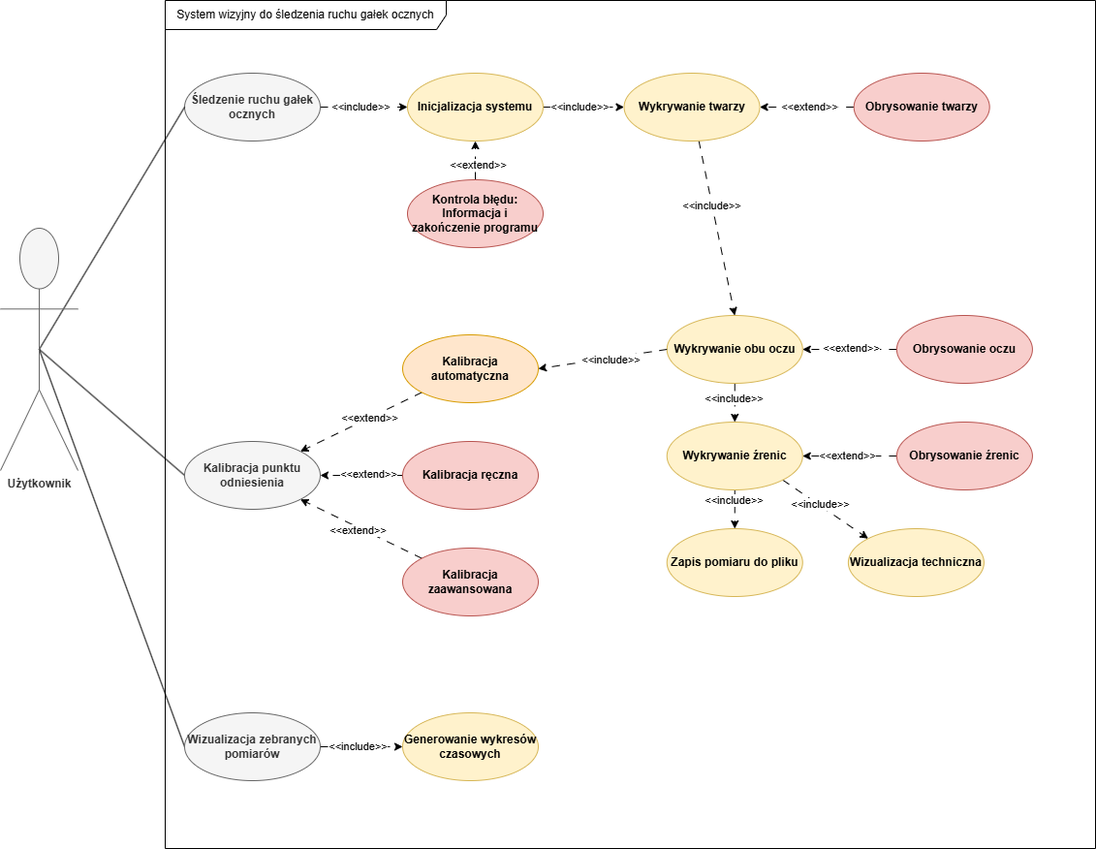
The draw.io diagram Praca inżynierska/szablon-inz-latex/single-file/pic/use case/use case diagram.png in FastFoot3/Vision-System-for-Eye-Movement-Tracking, before a commit. Source tidied: cells renumbered, new cells last; positions are measured from the earlier drawing's top-left corner, leaving out a move shared by most shapes. Its diagram source:
```xml
<mxGraphModel>
  <root>
    <mxCell id="0" />
    <mxCell id="1" parent="0" />
    <mxCell id="2" value="System wizyjny do śledzenia ruchu gałek ocznych" style="shape=umlFrame;whiteSpace=wrap;html=1;width=290;height=30;" parent="1" vertex="1">
      <mxGeometry x="170" width="960" height="875" as="geometry" />
    </mxCell>
    <mxCell id="3" style="rounded=0;jettySize=auto;html=1;entryX=0;entryY=0.5;entryDx=0;entryDy=0;endArrow=classic;startFill=0;dashed=1;dashPattern=8 8;endFill=1;" parent="1" edge="1" source="5" target="36">
      <mxGeometry relative="1" as="geometry" />
    </mxCell>
    <mxCell id="4" value="&amp;lt;&amp;lt;include&amp;gt;&amp;gt;" style="edgeLabel;html=1;align=center;verticalAlign=middle;" parent="3" vertex="1">
      <mxGeometry x="-0.1" y="1" relative="1" as="geometry" />
    </mxCell>
    <mxCell id="5" value="Śledzenie ruchu gałek ocznych" style="ellipse;whiteSpace=wrap;html=1;fillColor=#f5f5f5;strokeColor=#666666;fontColor=#333333;fontStyle=1;" parent="1" vertex="1">
      <mxGeometry x="190" y="75" width="140" height="70" as="geometry" />
    </mxCell>
    <mxCell id="6" style="rounded=0;jettySize=auto;html=1;entryX=0;entryY=0.5;entryDx=0;entryDy=0;endArrow=none;startFill=0;exitX=0.5;exitY=0.5;exitDx=0;exitDy=0;exitPerimeter=0;" parent="1" edge="1" source="9" target="5">
      <mxGeometry relative="1" as="geometry" />
    </mxCell>
    <mxCell id="7" style="rounded=0;jettySize=auto;html=1;entryX=0;entryY=0.5;entryDx=0;entryDy=0;endArrow=none;startFill=0;exitX=0.5;exitY=0.5;exitDx=0;exitDy=0;exitPerimeter=0;" parent="1" edge="1" source="9" target="23">
      <mxGeometry relative="1" as="geometry" />
    </mxCell>
    <mxCell id="8" style="rounded=0;jettySize=auto;html=1;entryX=0;entryY=0.5;entryDx=0;entryDy=0;endArrow=none;startFill=0;exitX=0.5;exitY=0.5;exitDx=0;exitDy=0;exitPerimeter=0;" parent="1" edge="1" source="9" target="42">
      <mxGeometry relative="1" as="geometry" />
    </mxCell>
    <mxCell id="9" value="Użytkownik" style="shape=umlActor;verticalLabelPosition=bottom;verticalAlign=top;html=1;fillColor=#f5f5f5;fontColor=#333333;strokeColor=#666666;fontStyle=1;" parent="1" vertex="1">
      <mxGeometry y="235" width="80" height="250" as="geometry" />
    </mxCell>
    <mxCell id="10" style="rounded=0;jettySize=auto;html=1;entryX=0.5;entryY=0;entryDx=0;entryDy=0;dashed=1;dashPattern=8 8;" parent="1" edge="1" source="12" target="15">
      <mxGeometry relative="1" as="geometry" />
    </mxCell>
    <mxCell id="11" value="&amp;lt;&amp;lt;include&amp;gt;&amp;gt;" style="edgeLabel;html=1;align=center;verticalAlign=middle;" parent="10" vertex="1">
      <mxGeometry x="-0.26" y="-1" relative="1" as="geometry" />
    </mxCell>
    <mxCell id="12" value="Wykrywanie twarzy" style="ellipse;whiteSpace=wrap;html=1;fillColor=#fff2cc;strokeColor=#d6b656;fontStyle=1;" parent="1" vertex="1">
      <mxGeometry x="643.5" y="75" width="140" height="70" as="geometry" />
    </mxCell>
    <mxCell id="13" style="rounded=0;jettySize=auto;html=1;entryX=0.5;entryY=0;entryDx=0;entryDy=0;dashed=1;dashPattern=8 8;" parent="1" edge="1" source="15" target="22">
      <mxGeometry relative="1" as="geometry" />
    </mxCell>
    <mxCell id="14" value="&amp;lt;&amp;lt;include&amp;gt;&amp;gt;" style="edgeLabel;html=1;align=center;verticalAlign=middle;" parent="13" vertex="1">
      <mxGeometry x="-0.26" y="-1" relative="1" as="geometry" />
    </mxCell>
    <mxCell id="15" value="Wykrywanie&amp;nbsp;obu oczu" style="ellipse;whiteSpace=wrap;html=1;fillColor=#fff2cc;strokeColor=#d6b656;fontStyle=1;" parent="1" vertex="1">
      <mxGeometry x="687.8" y="325" width="140" height="70" as="geometry" />
    </mxCell>
    <mxCell id="16" style="rounded=0;jettySize=auto;html=1;entryX=1;entryY=0.5;entryDx=0;entryDy=0;dashed=1;dashPattern=8 8;exitX=0;exitY=0.5;exitDx=0;exitDy=0;" parent="1" edge="1" source="15" target="32">
      <mxGeometry relative="1" as="geometry" />
    </mxCell>
    <mxCell id="17" value="&amp;lt;&amp;lt;include&amp;gt;&amp;gt;" style="edgeLabel;html=1;align=center;verticalAlign=middle;" parent="16" vertex="1">
      <mxGeometry x="-0.14" y="2" relative="1" as="geometry">
        <mxPoint x="-1" as="offset" />
      </mxGeometry>
    </mxCell>
    <mxCell id="18" style="edgeStyle=orthogonalEdgeStyle;rounded=0;jettySize=auto;html=1;entryX=0.5;entryY=0;entryDx=0;entryDy=0;dashed=1;dashPattern=8 8;" parent="1" edge="1" source="22" target="33">
      <mxGeometry relative="1" as="geometry" />
    </mxCell>
    <mxCell id="19" value="&amp;lt;&amp;lt;include&amp;gt;&amp;gt;" style="edgeLabel;html=1;align=center;verticalAlign=middle;" parent="18" vertex="1">
      <mxGeometry x="-0.49" y="-1" relative="1" as="geometry" />
    </mxCell>
    <mxCell id="20" style="rounded=0;jettySize=auto;html=1;exitX=1;exitY=1;exitDx=0;exitDy=0;entryX=0;entryY=0;entryDx=0;entryDy=0;dashed=1;dashPattern=8 8;" parent="1" edge="1" source="22" target="53">
      <mxGeometry relative="1" as="geometry" />
    </mxCell>
    <mxCell id="21" value="&amp;lt;&amp;lt;include&amp;gt;&amp;gt;" style="edgeLabel;html=1;align=center;verticalAlign=middle;" parent="20" vertex="1">
      <mxGeometry x="-0.14" y="1" relative="1" as="geometry" />
    </mxCell>
    <mxCell id="22" value="Wykrywanie&amp;nbsp;źrenic" style="ellipse;whiteSpace=wrap;html=1;fillColor=#fff2cc;strokeColor=#d6b656;fontStyle=1;" parent="1" vertex="1">
      <mxGeometry x="687.8" y="435" width="140" height="70" as="geometry" />
    </mxCell>
    <mxCell id="23" value="Kalibracja punktu odniesienia" style="ellipse;whiteSpace=wrap;html=1;fillColor=#f5f5f5;fontColor=#333333;strokeColor=#666666;fontStyle=1;" parent="1" vertex="1">
      <mxGeometry x="190" y="455" width="140" height="70" as="geometry" />
    </mxCell>
    <mxCell id="24" style="edgeStyle=orthogonalEdgeStyle;rounded=0;jettySize=auto;html=1;entryX=1;entryY=0.5;entryDx=0;entryDy=0;dashed=1;dashPattern=8 8;" parent="1" edge="1" source="26" target="23">
      <mxGeometry relative="1" as="geometry" />
    </mxCell>
    <mxCell id="25" value="&amp;lt;&amp;lt;extend&amp;gt;&amp;gt;" style="edgeLabel;html=1;align=center;verticalAlign=middle;" parent="24" vertex="1">
      <mxGeometry x="-0.16" y="-2" relative="1" as="geometry" />
    </mxCell>
    <mxCell id="26" value="Kalibracja ręczna" style="ellipse;whiteSpace=wrap;html=1;fillColor=#f8cecc;strokeColor=#b85450;fontStyle=1;" parent="1" vertex="1">
      <mxGeometry x="415" y="455" width="140" height="70" as="geometry" />
    </mxCell>
    <mxCell id="27" style="rounded=0;jettySize=auto;html=1;entryX=1;entryY=1;entryDx=0;entryDy=0;dashed=1;dashPattern=8 8;" parent="1" edge="1" source="29" target="23">
      <mxGeometry relative="1" as="geometry" />
    </mxCell>
    <mxCell id="28" value="&amp;lt;&amp;lt;extend&amp;gt;&amp;gt;" style="edgeLabel;html=1;align=center;verticalAlign=middle;" parent="27" vertex="1">
      <mxGeometry x="0.03" y="3" relative="1" as="geometry" />
    </mxCell>
    <mxCell id="29" value="Kalibracja zaawansowana" style="ellipse;whiteSpace=wrap;html=1;fillColor=#f8cecc;strokeColor=#b85450;fontStyle=1;" parent="1" vertex="1">
      <mxGeometry x="415" y="565" width="140" height="70" as="geometry" />
    </mxCell>
    <mxCell id="30" style="rounded=0;jettySize=auto;html=1;entryX=1;entryY=0;entryDx=0;entryDy=0;dashed=1;dashPattern=8 8;" parent="1" edge="1" source="32" target="23">
      <mxGeometry relative="1" as="geometry" />
    </mxCell>
    <mxCell id="31" value="&amp;lt;&amp;lt;extend&amp;gt;&amp;gt;" style="edgeLabel;html=1;align=center;verticalAlign=middle;" parent="30" vertex="1">
      <mxGeometry x="-0.13" relative="1" as="geometry" />
    </mxCell>
    <mxCell id="32" value="Kalibracja automatyczna" style="ellipse;whiteSpace=wrap;html=1;fillColor=#ffe6cc;strokeColor=#d79b00;fontStyle=1;" parent="1" vertex="1">
      <mxGeometry x="415" y="345" width="140" height="70" as="geometry" />
    </mxCell>
    <mxCell id="33" value="Zapis pomiaru do pliku" style="ellipse;whiteSpace=wrap;html=1;fillColor=#fff2cc;strokeColor=#d6b656;fontStyle=1;" parent="1" vertex="1">
      <mxGeometry x="687.8" y="545" width="140" height="70" as="geometry" />
    </mxCell>
    <mxCell id="34" style="rounded=0;jettySize=auto;html=1;entryX=0;entryY=0.5;entryDx=0;entryDy=0;dashed=1;dashPattern=8 8;" parent="1" edge="1" source="36" target="12">
      <mxGeometry relative="1" as="geometry" />
    </mxCell>
    <mxCell id="35" value="&amp;lt;&amp;lt;include&amp;gt;&amp;gt;" style="edgeLabel;html=1;align=center;verticalAlign=middle;" parent="34" vertex="1">
      <mxGeometry x="-0.11" y="1" relative="1" as="geometry" />
    </mxCell>
    <mxCell id="36" value="Inicjalizacja systemu" style="ellipse;whiteSpace=wrap;html=1;fillColor=#fff2cc;strokeColor=#d6b656;fontStyle=1;" parent="1" vertex="1">
      <mxGeometry x="420" y="75" width="140" height="70" as="geometry" />
    </mxCell>
    <mxCell id="37" style="rounded=0;jettySize=auto;html=1;exitX=0.5;exitY=0;exitDx=0;exitDy=0;entryX=0.5;entryY=1;entryDx=0;entryDy=0;dashed=1;dashPattern=8 8;" parent="1" edge="1" source="39" target="36">
      <mxGeometry relative="1" as="geometry" />
    </mxCell>
    <mxCell id="38" value="&amp;lt;&amp;lt;extend&amp;gt;&amp;gt;" style="edgeLabel;html=1;align=center;verticalAlign=middle;" parent="37" vertex="1">
      <mxGeometry x="-0.17" y="-2" relative="1" as="geometry">
        <mxPoint y="1" as="offset" />
      </mxGeometry>
    </mxCell>
    <mxCell id="39" value="Kontrola błędu: Informacja i zakończenie programu" style="ellipse;whiteSpace=wrap;html=1;fillColor=#f8cecc;strokeColor=#b85450;fontStyle=1;" parent="1" vertex="1">
      <mxGeometry x="420" y="185" width="140" height="70" as="geometry" />
    </mxCell>
    <mxCell id="40" style="rounded=0;jettySize=auto;html=1;entryX=0;entryY=0.5;entryDx=0;entryDy=0;dashed=1;dashPattern=8 8;" parent="1" edge="1" source="42" target="43">
      <mxGeometry relative="1" as="geometry" />
    </mxCell>
    <mxCell id="41" value="&amp;lt;&amp;lt;include&amp;gt;&amp;gt;" style="edgeLabel;html=1;align=center;verticalAlign=middle;" parent="40" vertex="1">
      <mxGeometry x="-0.08" y="1" relative="1" as="geometry">
        <mxPoint x="-1" as="offset" />
      </mxGeometry>
    </mxCell>
    <mxCell id="42" value="Wizualizacja zebranych pomiarów" style="ellipse;whiteSpace=wrap;html=1;fillColor=#f5f5f5;fontColor=#333333;strokeColor=#666666;fontStyle=1;" parent="1" vertex="1">
      <mxGeometry x="190" y="735" width="140" height="70" as="geometry" />
    </mxCell>
    <mxCell id="43" value="Generowanie wykresów czasowych" style="ellipse;whiteSpace=wrap;html=1;fillColor=#fff2cc;strokeColor=#d6b656;fontStyle=1;" parent="1" vertex="1">
      <mxGeometry x="415" y="735" width="140" height="70" as="geometry" />
    </mxCell>
    <mxCell id="44" style="rounded=0;jettySize=auto;html=1;entryX=1;entryY=0.5;entryDx=0;entryDy=0;dashed=1;dashPattern=8 8;" parent="1" edge="1" source="46" target="12">
      <mxGeometry relative="1" as="geometry" />
    </mxCell>
    <mxCell id="45" value="&amp;lt;&amp;lt;extend&amp;gt;&amp;gt;" style="edgeLabel;html=1;align=center;verticalAlign=middle;" parent="44" vertex="1">
      <mxGeometry x="-0.06" y="-1" relative="1" as="geometry" />
    </mxCell>
    <mxCell id="46" value="Obrysowanie twarzy" style="ellipse;whiteSpace=wrap;html=1;fillColor=#f8cecc;strokeColor=#b85450;fontStyle=1;" parent="1" vertex="1">
      <mxGeometry x="880.7" y="75" width="140" height="70" as="geometry" />
    </mxCell>
    <mxCell id="47" style="rounded=0;jettySize=auto;html=1;entryX=1;entryY=0.5;entryDx=0;entryDy=0;dashed=1;dashPattern=8 8;" parent="1" edge="1" source="49" target="15">
      <mxGeometry relative="1" as="geometry" />
    </mxCell>
    <mxCell id="48" value="&amp;lt;&amp;lt;extend&amp;gt;&amp;gt;" style="edgeLabel;html=1;align=center;verticalAlign=middle;" parent="47" vertex="1">
      <mxGeometry x="-0.03" y="-2" relative="1" as="geometry" />
    </mxCell>
    <mxCell id="49" value="Obrysowanie oczu" style="ellipse;whiteSpace=wrap;html=1;fillColor=#f8cecc;strokeColor=#b85450;fontStyle=1;" parent="1" vertex="1">
      <mxGeometry x="924.9" y="325" width="140" height="70" as="geometry" />
    </mxCell>
    <mxCell id="50" style="rounded=0;jettySize=auto;html=1;entryX=1;entryY=0.5;entryDx=0;entryDy=0;dashed=1;dashPattern=8 8;" parent="1" edge="1" source="52" target="22">
      <mxGeometry relative="1" as="geometry" />
    </mxCell>
    <mxCell id="51" value="&amp;lt;&amp;lt;extend&amp;gt;&amp;gt;" style="edgeLabel;html=1;align=center;verticalAlign=middle;" parent="50" vertex="1">
      <mxGeometry x="0.06" y="-1" relative="1" as="geometry" />
    </mxCell>
    <mxCell id="52" value="Obrysowanie źrenic" style="ellipse;whiteSpace=wrap;html=1;fillColor=#f8cecc;strokeColor=#b85450;fontStyle=1;" parent="1" vertex="1">
      <mxGeometry x="924.9" y="435" width="140" height="70" as="geometry" />
    </mxCell>
    <mxCell id="53" value="Wizualizacja techniczna" style="ellipse;whiteSpace=wrap;html=1;fillColor=#fff2cc;strokeColor=#d6b656;fontStyle=1;" parent="1" vertex="1">
      <mxGeometry x="874.9" y="545" width="140" height="70" as="geometry" />
    </mxCell>
  </root>
</mxGraphModel>
```
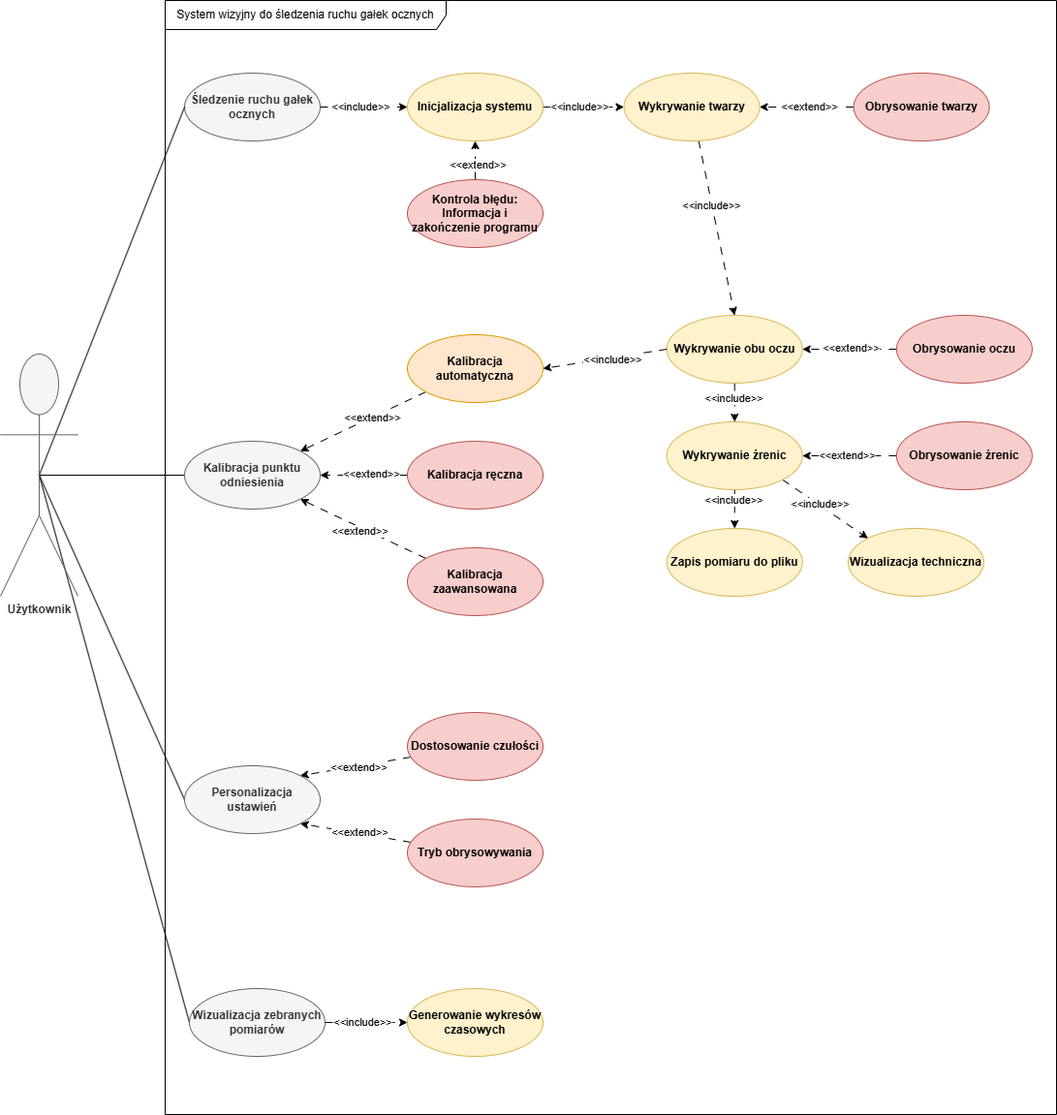
After the change.

The edit, as a diff of the source:
```diff
@@ -3,7 +3,7 @@
     <mxCell id="0" />
     <mxCell id="1" parent="0" />
     <mxCell id="2" value="System wizyjny do śledzenia ruchu gałek ocznych" style="shape=umlFrame;whiteSpace=wrap;html=1;width=290;height=30;" parent="1" vertex="1">
-      <mxGeometry x="170" width="960" height="875" as="geometry" />
+      <mxGeometry x="170" width="920" height="1150" as="geometry" />
     </mxCell>
     <mxCell id="3" style="rounded=0;jettySize=auto;html=1;entryX=0;entryY=0.5;entryDx=0;entryDy=0;endArrow=classic;startFill=0;dashed=1;dashPattern=8 8;endFill=1;" parent="1" edge="1" source="5" target="36">
       <mxGeometry relative="1" as="geometry" />
@@ -23,8 +23,11 @@
     <mxCell id="8" style="rounded=0;jettySize=auto;html=1;entryX=0;entryY=0.5;entryDx=0;entryDy=0;endArrow=none;startFill=0;exitX=0.5;exitY=0.5;exitDx=0;exitDy=0;exitPerimeter=0;" parent="1" edge="1" source="9" target="42">
       <mxGeometry relative="1" as="geometry" />
     </mxCell>
+    <mxCell id="54" style="rounded=0;jettySize=auto;html=1;entryX=0;entryY=0.5;entryDx=0;entryDy=0;endArrow=none;startFill=0;exitX=0.5;exitY=0.5;exitDx=0;exitDy=0;exitPerimeter=0;" parent="1" edge="1" source="9" target="55">
+      <mxGeometry relative="1" as="geometry" />
+    </mxCell>
     <mxCell id="9" value="Użytkownik" style="shape=umlActor;verticalLabelPosition=bottom;verticalAlign=top;html=1;fillColor=#f5f5f5;fontColor=#333333;strokeColor=#666666;fontStyle=1;" parent="1" vertex="1">
-      <mxGeometry y="235" width="80" height="250" as="geometry" />
+      <mxGeometry y="365" width="80" height="250" as="geometry" />
     </mxCell>
     <mxCell id="10" style="rounded=0;jettySize=auto;html=1;entryX=0.5;entryY=0;entryDx=0;entryDy=0;dashed=1;dashPattern=8 8;" parent="1" edge="1" source="12" target="15">
       <mxGeometry relative="1" as="geometry" />
@@ -77,7 +80,7 @@
       <mxGeometry x="-0.16" y="-2" relative="1" as="geometry" />
     </mxCell>
     <mxCell id="26" value="Kalibracja ręczna" style="ellipse;whiteSpace=wrap;html=1;fillColor=#f8cecc;strokeColor=#b85450;fontStyle=1;" parent="1" vertex="1">
-      <mxGeometry x="415" y="455" width="140" height="70" as="geometry" />
+      <mxGeometry x="420" y="455" width="140" height="70" as="geometry" />
     </mxCell>
     <mxCell id="27" style="rounded=0;jettySize=auto;html=1;entryX=1;entryY=1;entryDx=0;entryDy=0;dashed=1;dashPattern=8 8;" parent="1" edge="1" source="29" target="23">
       <mxGeometry relative="1" as="geometry" />
@@ -86,7 +89,7 @@
       <mxGeometry x="0.03" y="3" relative="1" as="geometry" />
     </mxCell>
     <mxCell id="29" value="Kalibracja zaawansowana" style="ellipse;whiteSpace=wrap;html=1;fillColor=#f8cecc;strokeColor=#b85450;fontStyle=1;" parent="1" vertex="1">
-      <mxGeometry x="415" y="565" width="140" height="70" as="geometry" />
+      <mxGeometry x="420" y="565" width="140" height="70" as="geometry" />
     </mxCell>
     <mxCell id="30" style="rounded=0;jettySize=auto;html=1;entryX=1;entryY=0;entryDx=0;entryDy=0;dashed=1;dashPattern=8 8;" parent="1" edge="1" source="32" target="23">
       <mxGeometry relative="1" as="geometry" />
@@ -95,7 +98,7 @@
       <mxGeometry x="-0.13" relative="1" as="geometry" />
     </mxCell>
     <mxCell id="32" value="Kalibracja automatyczna" style="ellipse;whiteSpace=wrap;html=1;fillColor=#ffe6cc;strokeColor=#d79b00;fontStyle=1;" parent="1" vertex="1">
-      <mxGeometry x="415" y="345" width="140" height="70" as="geometry" />
+      <mxGeometry x="420" y="345" width="140" height="70" as="geometry" />
     </mxCell>
     <mxCell id="33" value="Zapis pomiaru do pliku" style="ellipse;whiteSpace=wrap;html=1;fillColor=#fff2cc;strokeColor=#d6b656;fontStyle=1;" parent="1" vertex="1">
       <mxGeometry x="687.8" y="545" width="140" height="70" as="geometry" />
@@ -129,10 +132,10 @@
       </mxGeometry>
     </mxCell>
     <mxCell id="42" value="Wizualizacja zebranych pomiarów" style="ellipse;whiteSpace=wrap;html=1;fillColor=#f5f5f5;fontColor=#333333;strokeColor=#666666;fontStyle=1;" parent="1" vertex="1">
-      <mxGeometry x="190" y="735" width="140" height="70" as="geometry" />
+      <mxGeometry x="195" y="1020" width="140" height="70" as="geometry" />
     </mxCell>
     <mxCell id="43" value="Generowanie wykresów czasowych" style="ellipse;whiteSpace=wrap;html=1;fillColor=#fff2cc;strokeColor=#d6b656;fontStyle=1;" parent="1" vertex="1">
-      <mxGeometry x="415" y="735" width="140" height="70" as="geometry" />
+      <mxGeometry x="420" y="1020" width="140" height="70" as="geometry" />
     </mxCell>
     <mxCell id="44" style="rounded=0;jettySize=auto;html=1;entryX=1;entryY=0.5;entryDx=0;entryDy=0;dashed=1;dashPattern=8 8;" parent="1" edge="1" source="46" target="12">
       <mxGeometry relative="1" as="geometry" />
@@ -164,5 +167,26 @@
     <mxCell id="53" value="Wizualizacja techniczna" style="ellipse;whiteSpace=wrap;html=1;fillColor=#fff2cc;strokeColor=#d6b656;fontStyle=1;" parent="1" vertex="1">
       <mxGeometry x="874.9" y="545" width="140" height="70" as="geometry" />
     </mxCell>
+    <mxCell id="55" value="Personalizacja ustawień" style="ellipse;whiteSpace=wrap;html=1;fontStyle=1;fillColor=#f5f5f5;fontColor=#333333;strokeColor=#666666;" parent="1" vertex="1">
+      <mxGeometry x="190" y="790" width="140" height="70" as="geometry" />
+    </mxCell>
+    <mxCell id="56" style="rounded=0;jettySize=auto;html=1;entryX=1;entryY=0;entryDx=0;entryDy=0;dashed=1;dashPattern=8 8;" parent="1" edge="1" source="58" target="55">
+      <mxGeometry relative="1" as="geometry" />
+    </mxCell>
+    <mxCell id="57" value="&amp;lt;&amp;lt;extend&amp;gt;&amp;gt;" style="edgeLabel;html=1;align=center;verticalAlign=middle;" parent="56" vertex="1">
+      <mxGeometry x="-0.05" y="1" relative="1" as="geometry" />
+    </mxCell>
+    <mxCell id="58" value="Dostosowanie czułości" style="ellipse;whiteSpace=wrap;html=1;fillColor=#f8cecc;strokeColor=#b85450;fontStyle=1;" parent="1" vertex="1">
+      <mxGeometry x="420" y="735" width="140" height="70" as="geometry" />
+    </mxCell>
+    <mxCell id="59" style="rounded=0;jettySize=auto;html=1;entryX=1;entryY=1;entryDx=0;entryDy=0;dashed=1;dashPattern=8 8;" parent="1" edge="1" source="61" target="55">
+      <mxGeometry relative="1" as="geometry" />
+    </mxCell>
+    <mxCell id="60" value="&amp;lt;&amp;lt;extend&amp;gt;&amp;gt;" style="edgeLabel;html=1;align=center;verticalAlign=middle;" parent="59" vertex="1">
+      <mxGeometry x="-0.07" y="-1" relative="1" as="geometry" />
+    </mxCell>
+    <mxCell id="61" value="Tryb obrysowywania" style="ellipse;whiteSpace=wrap;html=1;fillColor=#f8cecc;strokeColor=#b85450;fontStyle=1;" parent="1" vertex="1">
+      <mxGeometry x="420" y="845" width="140" height="70" as="geometry" />
+    </mxCell>
   </root>
 </mxGraphModel>
```
